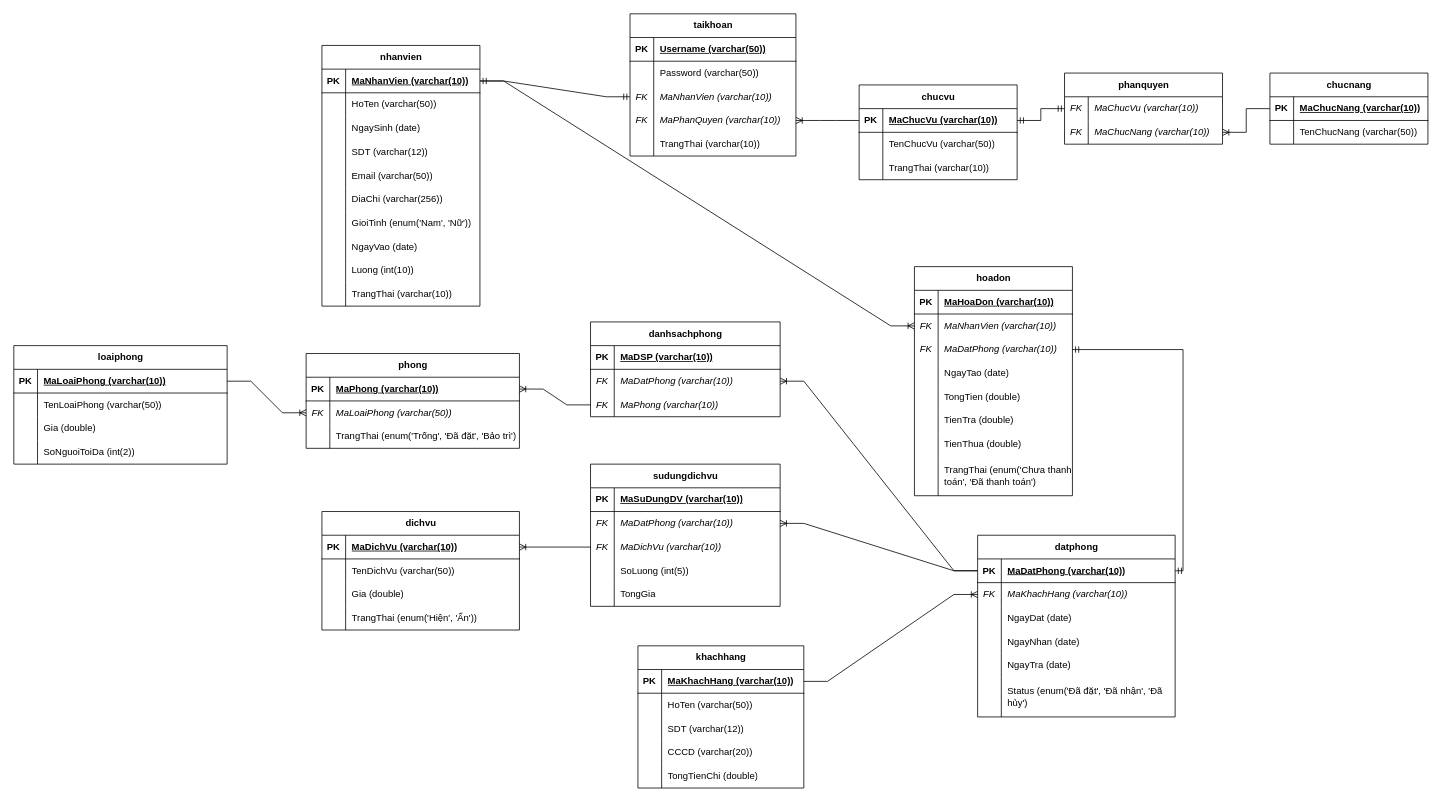
Earlier version of the draw.io diagram qlkhachsan.drawio (phattin/qlkhachsan). Source tidied: cells renumbered, new cells numbered last; positions are measured from the earlier drawing's top-left corner, leaving out a move shared by most shapes. Both pictures are drawn from the tidied source at 79%, with x=0, y=0 at pixel (13, 13).
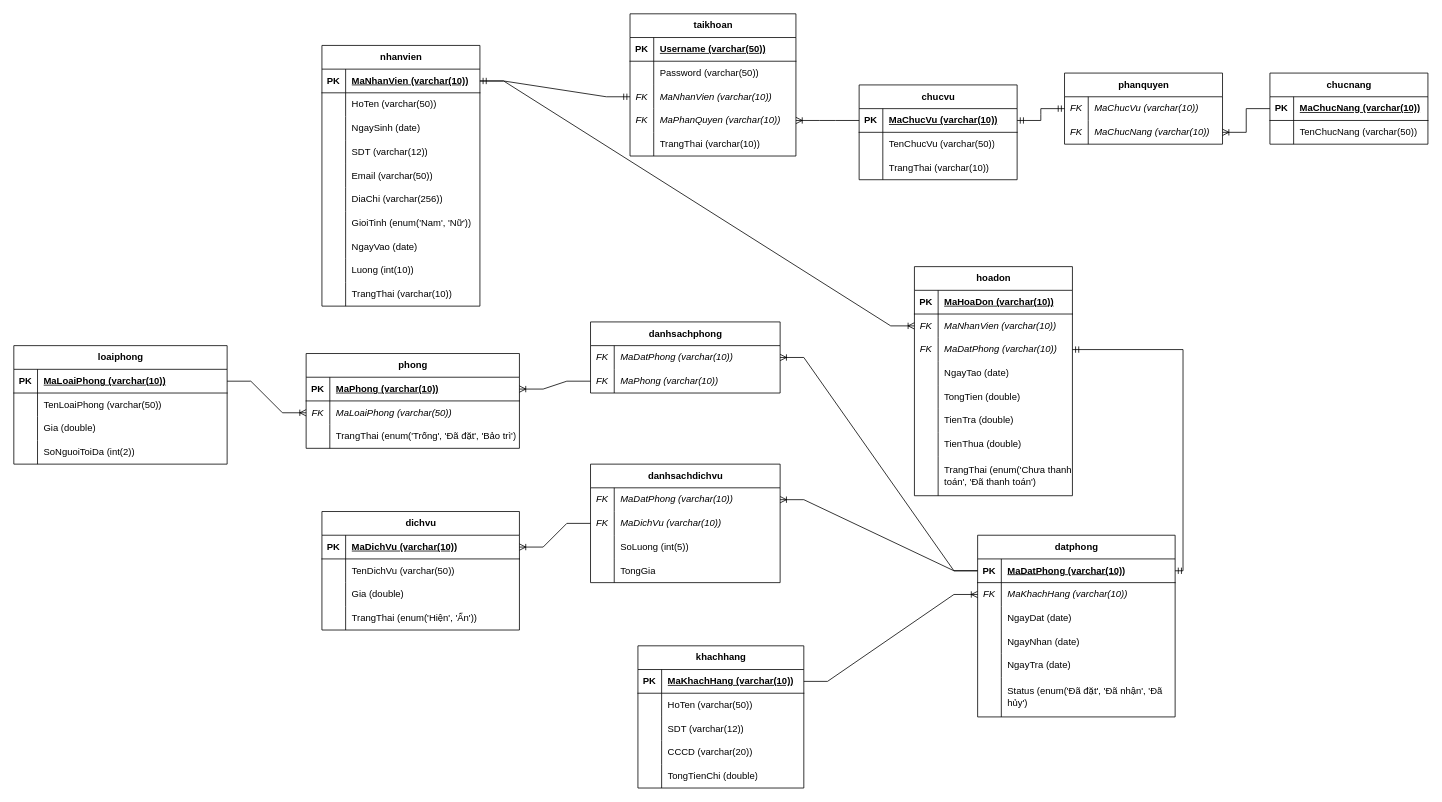
The same diagram, later.

The edit, as a diff of the source:
```diff
@@
     <mxCell id="58" value="danhsachphong" style="shape=table;startSize=30;childLayout=tableLayout;rowLines=0;fontStyle=1;align=center;html=1;" parent="1" vertex="1">
-      <mxGeometry x="730" y="390" width="240" height="120" as="geometry" />
+      <mxGeometry x="730" y="390" width="240" height="90" as="geometry" />
     </mxCell>
-    <mxCell id="59" style="shape=tableRow;horizontal=0;startSize=0;swimlaneHead=0;swimlaneBody=0;fillColor=none;top=0;left=0;right=0;bottom=1;" parent="58" vertex="1">
-      <mxGeometry y="30" width="240" height="30" as="geometry" />
-    </mxCell>
-    <mxCell id="60" value="PK" style="shape=partialRectangle;fillColor=none;top=0;left=0;bottom=0;right=0;fontStyle=1;overflow=hidden;whiteSpace=wrap;html=1;" parent="59" vertex="1">
-      <mxGeometry width="30" height="30" as="geometry" />
-    </mxCell>
-    <mxCell id="61" value="MaDSP (varchar(10))" style="shape=partialRectangle;fillColor=none;top=0;left=0;bottom=0;right=0;align=left;spacingLeft=6;fontStyle=5;overflow=hidden;whiteSpace=wrap;html=1;" parent="59" vertex="1">
-      <mxGeometry x="30" width="210" height="30" as="geometry" />
-    </mxCell>
     <mxCell id="62" style="shape=tableRow;horizontal=0;startSize=0;swimlaneHead=0;swimlaneBody=0;fillColor=none;points=[[0,0.5],[1,0.5]];portConstraint=eastwest;top=0;left=0;right=0;bottom=0;" parent="58" vertex="1">
-      <mxGeometry y="60" width="240" height="30" as="geometry" />
+      <mxGeometry y="30" width="240" height="30" as="geometry" />
     </mxCell>
@@
     <mxCell id="65" style="shape=tableRow;horizontal=0;startSize=0;swimlaneHead=0;swimlaneBody=0;fillColor=none;points=[[0,0.5],[1,0.5]];portConstraint=eastwest;top=0;left=0;right=0;bottom=0;" parent="58" vertex="1">
-      <mxGeometry y="90" width="240" height="30" as="geometry" />
+      <mxGeometry y="60" width="240" height="30" as="geometry" />
     </mxCell>
@@
-    <mxCell id="140" value="sudungdichvu" style="shape=table;startSize=30;childLayout=tableLayout;rowLines=0;fontStyle=1;align=center;html=1;" parent="1" vertex="1">
-      <mxGeometry x="730" y="570" width="240" height="180" as="geometry" />
+    <mxCell id="140" value="danhsach&lt;span style=&quot;background-color: transparent; color: light-dark(rgb(0, 0, 0), rgb(255, 255, 255));&quot;&gt;dichvu&lt;/span&gt;" style="shape=table;startSize=30;childLayout=tableLayout;rowLines=0;fontStyle=1;align=center;html=1;" parent="1" vertex="1">
+      <mxGeometry x="730" y="570" width="240" height="150" as="geometry" />
     </mxCell>
-    <mxCell id="141" style="shape=tableRow;horizontal=0;startSize=0;swimlaneHead=0;swimlaneBody=0;fillColor=none;top=0;left=0;right=0;bottom=1;" parent="140" vertex="1">
-      <mxGeometry y="30" width="240" height="30" as="geometry" />
-    </mxCell>
-    <mxCell id="142" value="PK" style="shape=partialRectangle;fillColor=none;top=0;left=0;bottom=0;right=0;fontStyle=1;overflow=hidden;whiteSpace=wrap;html=1;" parent="141" vertex="1">
-      <mxGeometry width="30" height="30" as="geometry" />
-    </mxCell>
-    <mxCell id="143" value="MaSuDungDV (varchar(10))" style="shape=partialRectangle;fillColor=none;top=0;left=0;bottom=0;right=0;align=left;spacingLeft=6;fontStyle=5;overflow=hidden;whiteSpace=wrap;html=1;" parent="141" vertex="1">
-      <mxGeometry x="30" width="210" height="30" as="geometry" />
-    </mxCell>
     <mxCell id="144" style="shape=tableRow;horizontal=0;startSize=0;swimlaneHead=0;swimlaneBody=0;fillColor=none;points=[[0,0.5],[1,0.5]];portConstraint=eastwest;top=0;left=0;right=0;bottom=0;" parent="140" vertex="1">
-      <mxGeometry y="60" width="240" height="30" as="geometry" />
+      <mxGeometry y="30" width="240" height="30" as="geometry" />
     </mxCell>
@@
     <mxCell id="147" style="shape=tableRow;horizontal=0;startSize=0;swimlaneHead=0;swimlaneBody=0;fillColor=none;points=[[0,0.5],[1,0.5]];portConstraint=eastwest;top=0;left=0;right=0;bottom=0;" parent="140" vertex="1">
-      <mxGeometry y="90" width="240" height="30" as="geometry" />
+      <mxGeometry y="60" width="240" height="30" as="geometry" />
     </mxCell>
@@
     <mxCell id="150" style="shape=tableRow;horizontal=0;startSize=0;swimlaneHead=0;swimlaneBody=0;fillColor=none;top=0;left=0;right=0;bottom=0;" parent="140" vertex="1">
-      <mxGeometry y="120" width="240" height="30" as="geometry" />
+      <mxGeometry y="90" width="240" height="30" as="geometry" />
     </mxCell>
@@
     <mxCell id="153" style="shape=tableRow;horizontal=0;startSize=0;swimlaneHead=0;swimlaneBody=0;fillColor=none;top=0;left=0;right=0;bottom=0;" parent="140" vertex="1">
-      <mxGeometry y="150" width="240" height="30" as="geometry" />
+      <mxGeometry y="120" width="240" height="30" as="geometry" />
     </mxCell>
```
